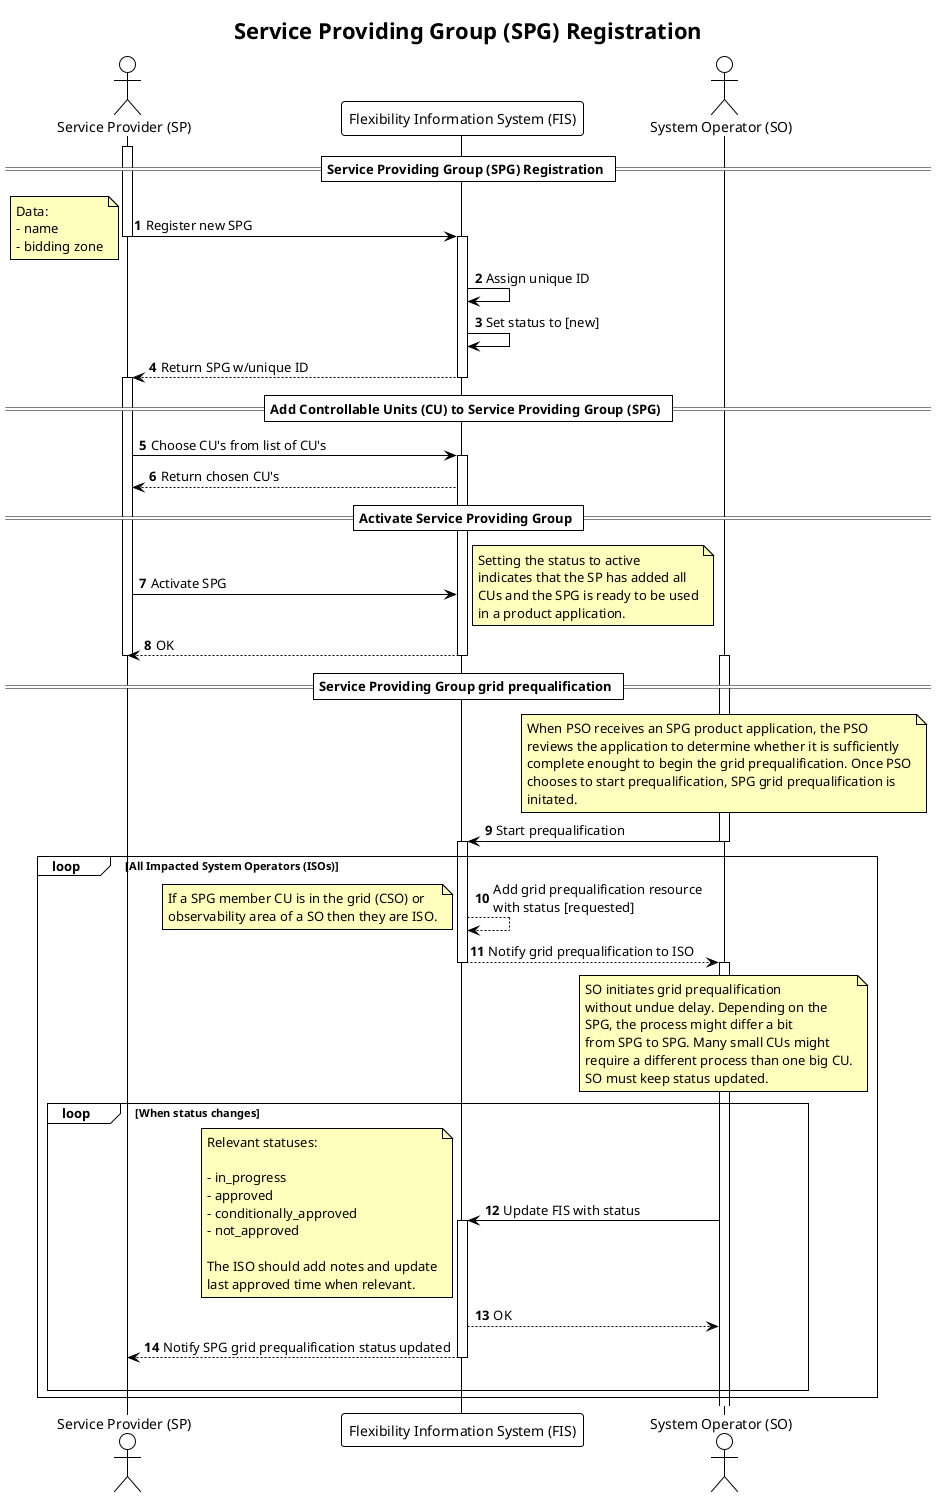
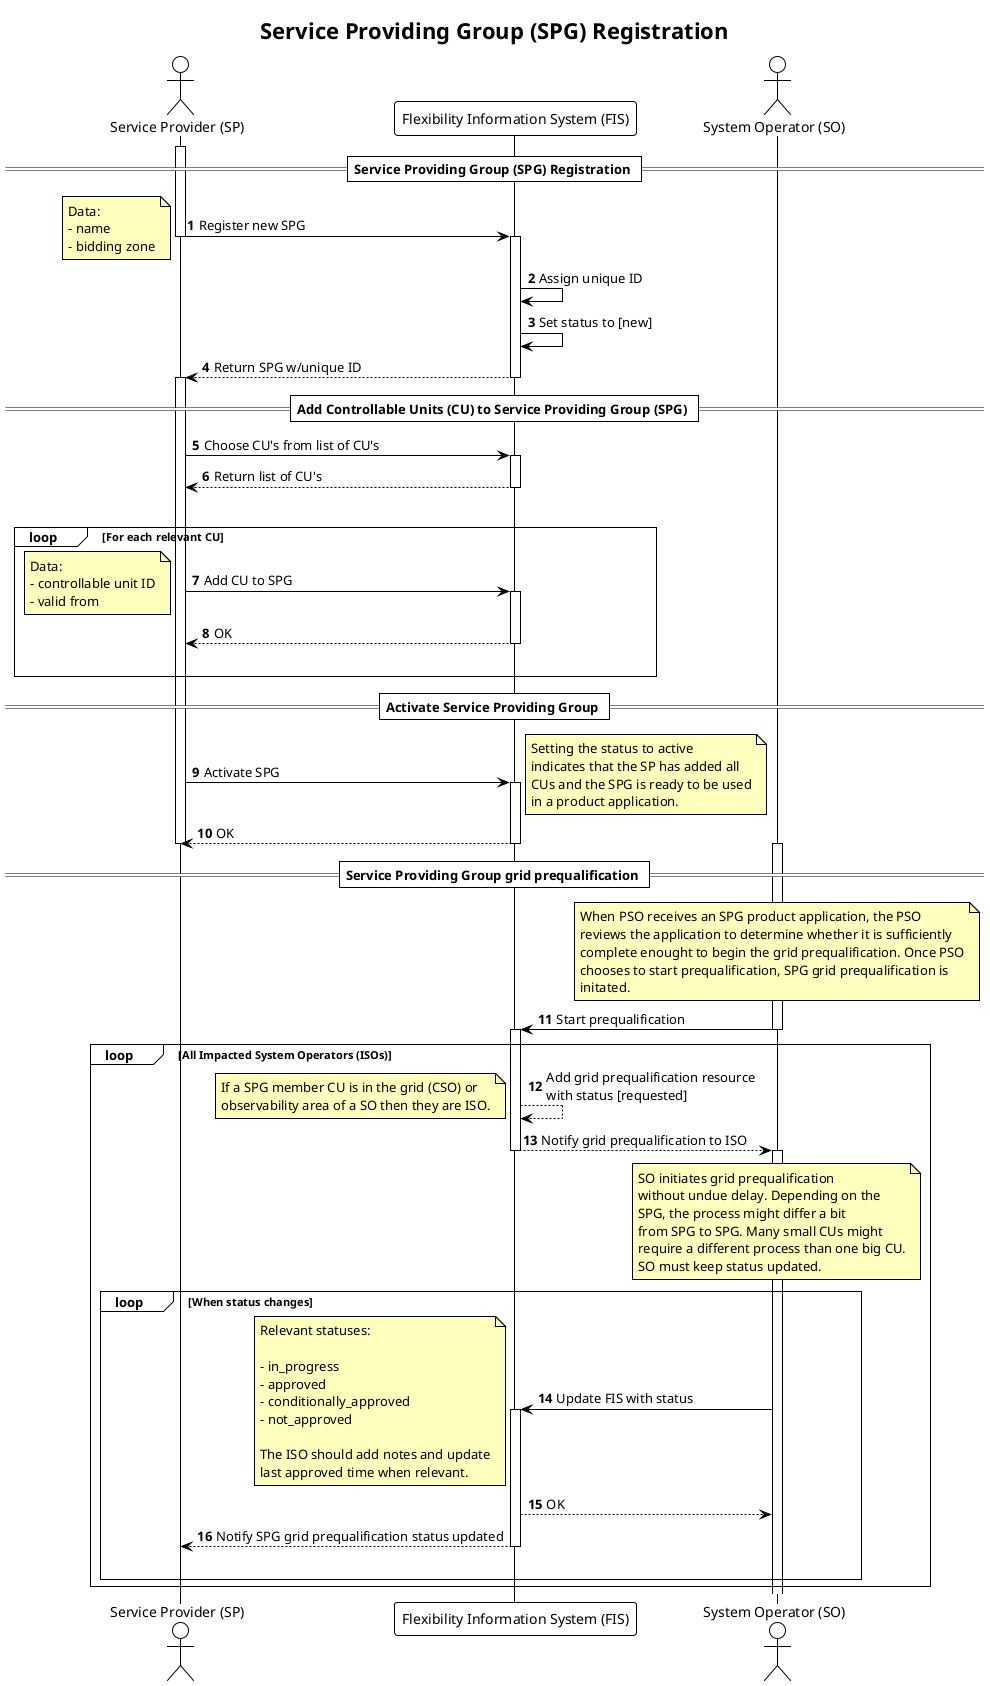
@startuml service_providing_group_registration
!theme plain

autonumber
skinparam note {
    BackgroundColor #FFFFBD
}

title Service Providing Group (SPG) Registration

actor "Service Provider (SP)" as SP
participant "Flexibility Information System (FIS)" as FIS
actor "System Operator (SO)" as SO


== Service Providing Group (SPG) Registration ==
activate SP

SP -> FIS: Register new SPG
deactivate SP

note left
    Data:
    - name
    - bidding zone
end note

activate FIS
FIS -> FIS: Assign unique ID
FIS -> FIS: Set status to [new]
FIS --> SP: Return SPG w/unique ID
deactivate FIS
activate SP

== Add Controllable Units (CU) to Service Providing Group (SPG) ==

SP -> FIS: Choose CU's from list of CU's
activate FIS
- FIS --> SP: Return chosen CU's
+ FIS --> SP: Return list of CU's
+ deactivate FIS
+ 
+ |||
+ loop For each relevant CU
+     SP -> FIS: Add CU to SPG
+     activate FIS
+     note left
+         Data:
+         - controllable unit ID
+         - valid from
+     end note
+     FIS --> SP: OK
+     deactivate FIS
+     |||
+ end

== Activate Service Providing Group ==

SP -> FIS: Activate SPG
+ activate FIS
note right
    Setting the status to active
    indicates that the SP has added all
    CUs and the SPG is ready to be used
    in a product application.
end note
FIS --> SP: OK
deactivate SP
deactivate FIS

== Service Providing Group grid prequalification ==


note over SO
    When PSO receives an SPG product application, the PSO
    reviews the application to determine whether it is sufficiently
    complete enought to begin the grid prequalification. Once PSO
    chooses to start prequalification, SPG grid prequalification is
    initated.
end note

activate SO
SO -> FIS: Start prequalification
deactivate SO
activate FIS

loop All Impacted System Operators (ISOs)
    FIS --> FIS: Add grid prequalification resource\nwith status [requested]
    note left
        If a SPG member CU is in the grid (CSO) or
        observability area of a SO then they are ISO.
    end note
    FIS --> SO: Notify grid prequalification to ISO

    deactivate FIS
    activate SO


    note over SO
        SO initiates grid prequalification
        without undue delay. Depending on the
        SPG, the process might differ a bit
        from SPG to SPG. Many small CUs might
        require a different process than one big CU.
        SO must keep status updated.
    end note
    loop When status changes
        SO -> FIS: Update FIS with status
        note left
            Relevant statuses:

            - in_progress
            - approved
            - conditionally_approved
            - not_approved

            The ISO should add notes and update
            last approved time when relevant.
        end note
        activate FIS
        FIS --> SO: OK
        FIS --> SP: Notify SPG grid prequalification status updated
        deactivate FIS
        |||
    end
end


@enduml
